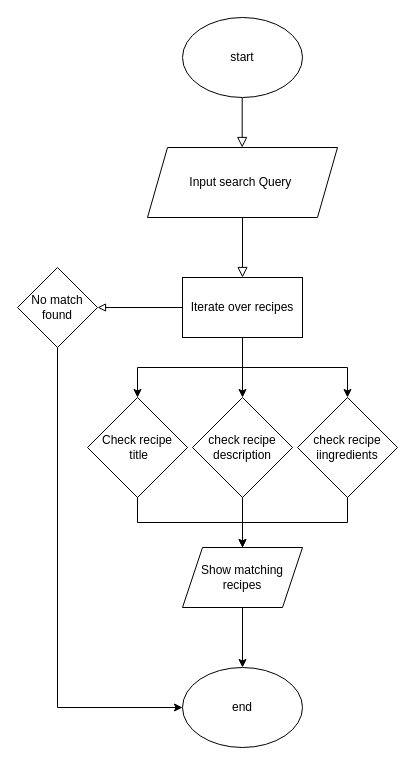
The draw.io diagram Search flowchart Diagram.drawio in Larspresta/Project_7_Les_Petits_Plats, before the edit. Source tidied: cells renumbered, new cells numbered last; positions are measured from the earlier drawing's top-left corner, leaving out a move shared by most shapes. Both pictures are drawn from the tidied source at 100%, with x=0, y=0 at pixel (17, 17).
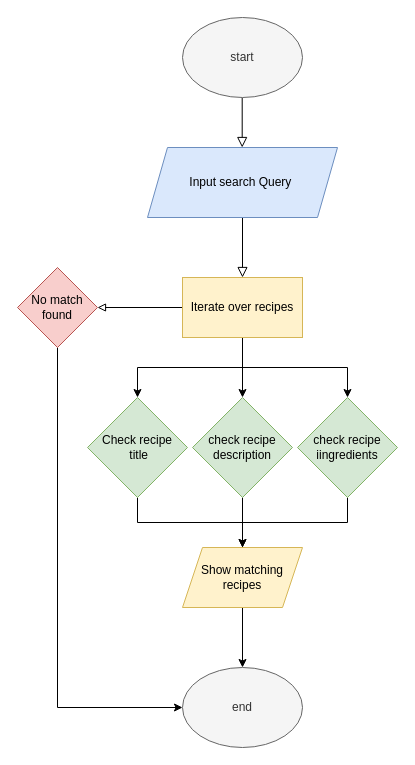
The same diagram, later.

The edit, as a diff of the source:
```diff
@@
-    <mxCell id="3" value="start" style="ellipse;whiteSpace=wrap;html=1;" parent="1" vertex="1">
+    <mxCell id="3" value="start" style="ellipse;whiteSpace=wrap;html=1;fillColor=#f5f5f5;fontColor=#333333;strokeColor=#666666;" parent="1" vertex="1">
       <mxGeometry x="165" width="120" height="80" as="geometry" />
     </mxCell>
@@
-    <mxCell id="5" value="Input search Query&amp;nbsp;" style="shape=parallelogram;perimeter=parallelogramPerimeter;whiteSpace=wrap;html=1;fixedSize=1;" parent="1" vertex="1">
+    <mxCell id="5" value="Input search Query&amp;nbsp;" style="shape=parallelogram;perimeter=parallelogramPerimeter;whiteSpace=wrap;html=1;fixedSize=1;fillColor=#dae8fc;strokeColor=#6c8ebf;" parent="1" vertex="1">
       <mxGeometry x="130" y="130" width="190" height="70" as="geometry" />
     </mxCell>
@@
-    <mxCell id="10" value="Iterate over recipes" style="rounded=0;whiteSpace=wrap;html=1;" parent="1" vertex="1">
+    <mxCell id="10" value="Iterate over recipes" style="rounded=0;whiteSpace=wrap;html=1;fillColor=#fff2cc;strokeColor=#d6b656;" parent="1" vertex="1">
       <mxGeometry x="165" y="260" width="120" height="60" as="geometry" />
     </mxCell>
@@
-    <mxCell id="12" value="No match found" style="rhombus;whiteSpace=wrap;html=1;" parent="1" vertex="1">
+    <mxCell id="12" value="No match found" style="rhombus;whiteSpace=wrap;html=1;fillColor=#f8cecc;strokeColor=#b85450;" parent="1" vertex="1">
       <mxGeometry y="250" width="80" height="80" as="geometry" />
     </mxCell>
@@
-    <mxCell id="14" value="Check recipe&lt;br&gt;&amp;nbsp;title" style="rhombus;whiteSpace=wrap;html=1;" parent="1" vertex="1">
+    <mxCell id="14" value="Check recipe&lt;br&gt;&amp;nbsp;title" style="rhombus;whiteSpace=wrap;html=1;fillColor=#d5e8d4;strokeColor=#82b366;" parent="1" vertex="1">
       <mxGeometry x="70" y="380" width="100" height="100" as="geometry" />
     </mxCell>
@@
-    <mxCell id="16" value="check recipe description" style="rhombus;whiteSpace=wrap;html=1;" parent="1" vertex="1">
+    <mxCell id="16" value="check recipe description" style="rhombus;whiteSpace=wrap;html=1;fillColor=#d5e8d4;strokeColor=#82b366;" parent="1" vertex="1">
       <mxGeometry x="175" y="380" width="100" height="100" as="geometry" />
     </mxCell>
@@
-    <mxCell id="18" value="check recipe iingredients" style="rhombus;whiteSpace=wrap;html=1;" parent="1" vertex="1">
+    <mxCell id="18" value="check recipe iingredients" style="rhombus;whiteSpace=wrap;html=1;fillColor=#d5e8d4;strokeColor=#82b366;" parent="1" vertex="1">
       <mxGeometry x="280" y="380" width="100" height="100" as="geometry" />
     </mxCell>
@@
-    <mxCell id="20" value="Show matching recipes" style="shape=parallelogram;perimeter=parallelogramPerimeter;whiteSpace=wrap;html=1;fixedSize=1;" parent="1" vertex="1">
+    <mxCell id="20" value="Show matching recipes" style="shape=parallelogram;perimeter=parallelogramPerimeter;whiteSpace=wrap;html=1;fixedSize=1;fillColor=#fff2cc;strokeColor=#d6b656;" parent="1" vertex="1">
       <mxGeometry x="165" y="530" width="120" height="60" as="geometry" />
     </mxCell>
-    <mxCell id="21" value="end" style="ellipse;whiteSpace=wrap;html=1;" parent="1" vertex="1">
+    <mxCell id="21" value="end" style="ellipse;whiteSpace=wrap;html=1;fillColor=#f5f5f5;fontColor=#333333;strokeColor=#666666;" parent="1" vertex="1">
       <mxGeometry x="165" y="650" width="120" height="80" as="geometry" />
     </mxCell>
```
